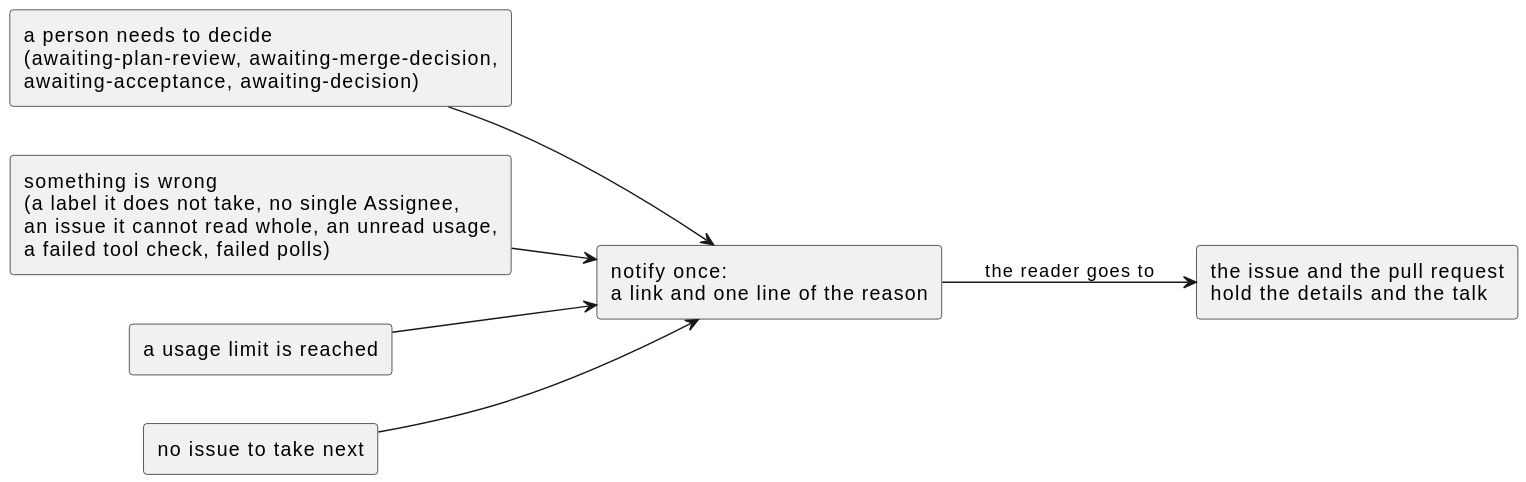
The PlantUML diagram docs/ja/requirements/notify/overview.svg in cloveclovedev/cumin-works, before a commit.
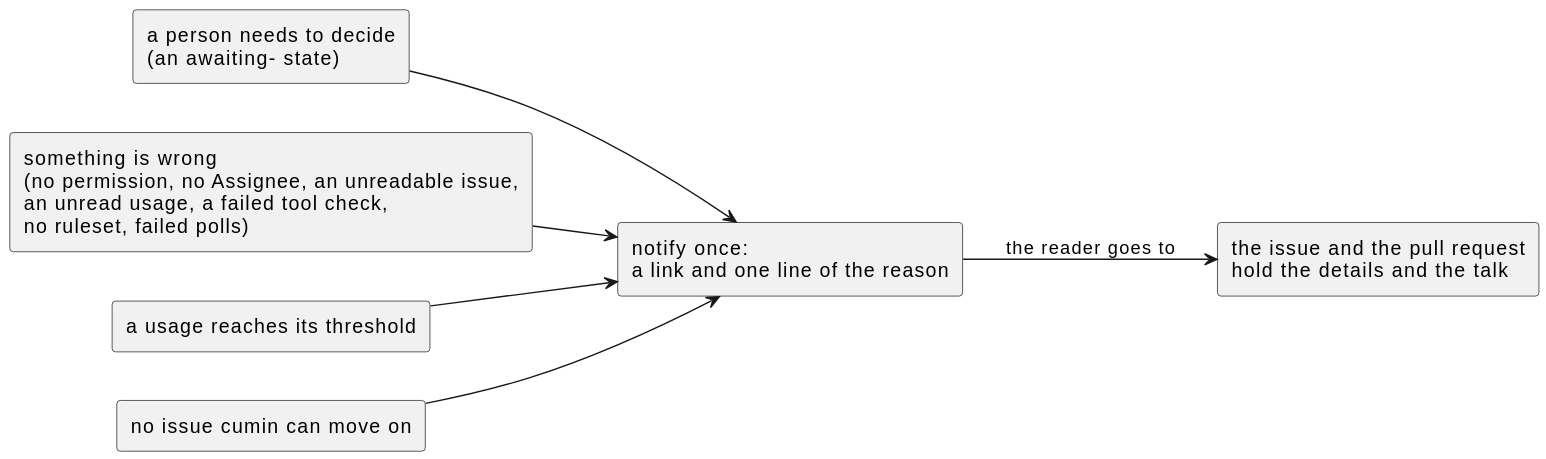
After the change.

Commit message:
docs(requirements): state the NOTIFY rules without lists that repeat other pages

NOTIFY-001 notifies on any awaiting- state that needs a person, instead
of listing the requirements that change the state. NOTIFY-004 says that
cumin has no issue to move on, instead of a table that repeated the
start conditions of other pages, and leaves out only the stops of
AGENT-002. Say threshold in NOTIFY-003, put the link in NOTIFY-005 only
when there is an issue or a pull request, and simplify the diagram.

Claude-Session: https://claude.ai/code/session_016tkMojagRLLJdZue2gpRyn

The edit, as a diff of the source:
```diff
@@ -2,10 +2,10 @@
 
 left to right direction
 
-rectangle "a person needs to decide\n(awaiting-plan-review, awaiting-merge-decision,\nawaiting-acceptance, awaiting-decision)" as Decide
-rectangle "something is wrong\n(a label it does not take, no single Assignee,\nan issue it cannot read whole, an unread usage,\na failed tool check, failed polls)" as Wrong
-rectangle "a usage limit is reached" as Limit
-rectangle "no issue to take next" as Waits
+rectangle "a person needs to decide\n(an awaiting- state)" as Decide
+rectangle "something is wrong\n(no permission, no Assignee, an unreadable issue,\nan unread usage, a failed tool check,\nno ruleset, failed polls)" as Wrong
+rectangle "a usage reaches its threshold" as Limit
+rectangle "no issue cumin can move on" as Waits
 
 rectangle "notify once:\na link and one line of the reason" as Notify
 rectangle "the issue and the pull request\nhold the details and the talk" as GitHub
```
